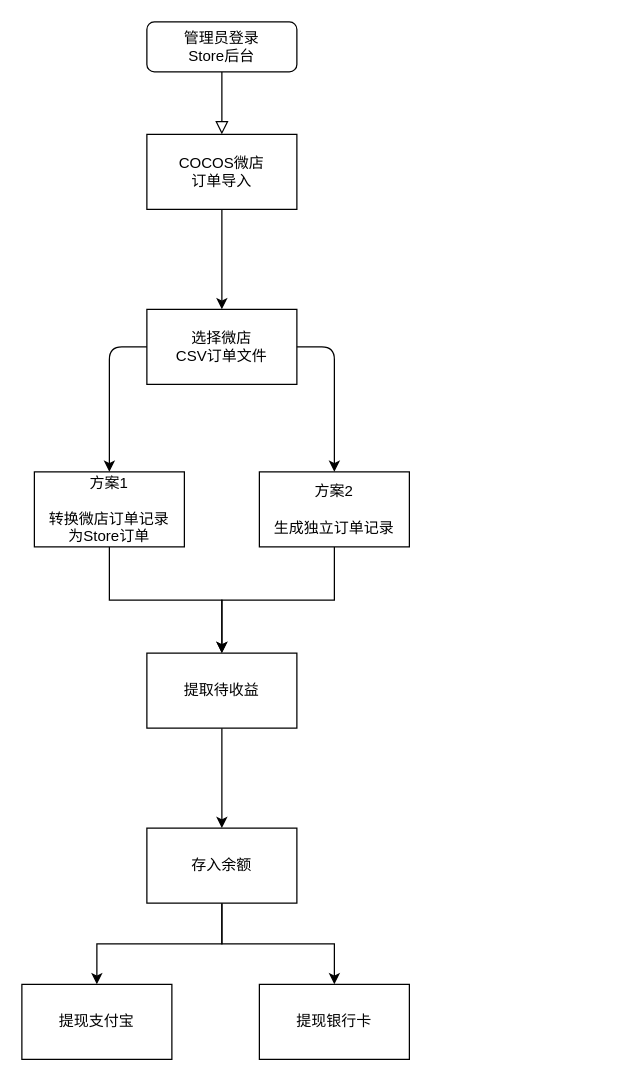
The draw.io diagram 微店订单结算流程.drawio in ShawnZhang2015/drawio, before the edit. Source tidied: cells renumbered, new cells numbered last; positions are measured from the earlier drawing's top-left corner, leaving out a move shared by most shapes. Both pictures are drawn from the tidied source at 125%, with x=0, y=0 at pixel (21, 21).
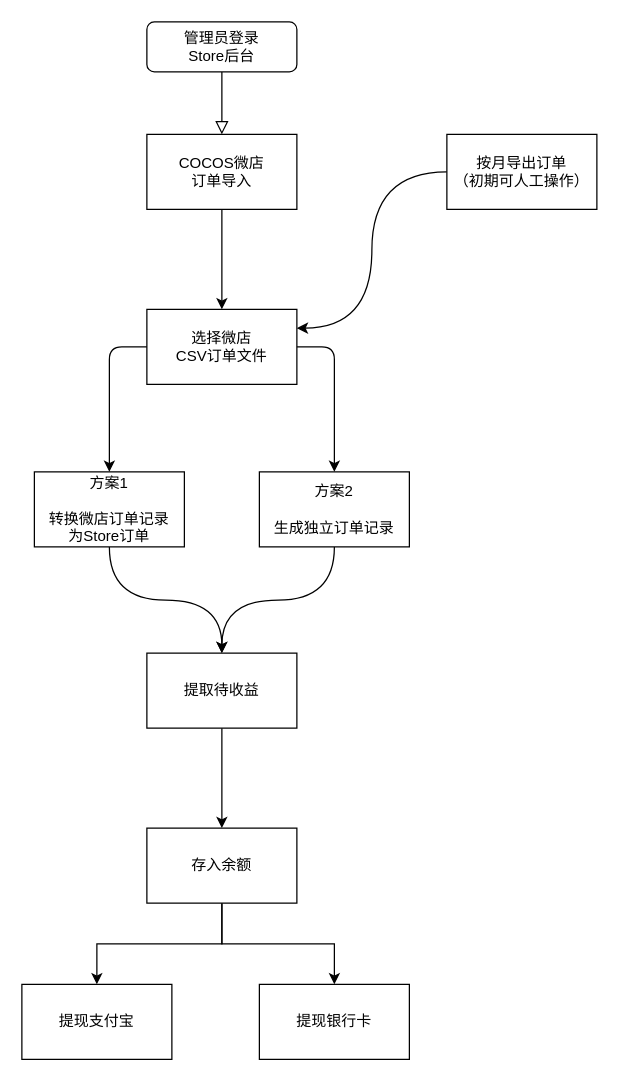
The same diagram, later.

Commit message:
更新微店订单结算流程.drawio

The change refers to these unchanged cells:
```xml
<mxCell id="6" value="选择微店&lt;br&gt;CSV订单文件" style="whiteSpace=wrap;html=1;rounded=0;" parent="1" vertex="1">
  <mxGeometry x="100" y="230" width="120" height="60" as="geometry" />
</mxCell>
<mxCell id="8" value="方案1&lt;br&gt;&lt;br&gt;转换微店订单记录&lt;br&gt;为Store订单" style="whiteSpace=wrap;html=1;rounded=0;" parent="1" vertex="1">
  <mxGeometry x="10" y="360" width="120" height="60" as="geometry" />
</mxCell>
<mxCell id="10" value="方案2&lt;br&gt;&lt;br&gt;生成独立订单记录" style="whiteSpace=wrap;html=1;rounded=0;" parent="1" vertex="1">
  <mxGeometry x="190" y="360" width="120" height="60" as="geometry" />
</mxCell>
<mxCell id="14" value="提取待收益" style="whiteSpace=wrap;html=1;rounded=0;" parent="1" vertex="1">
  <mxGeometry x="100" y="505" width="120" height="60" as="geometry" />
</mxCell>
```

What changed in the source:
```diff
@@
-    <mxCell id="7" style="edgeStyle=orthogonalEdgeStyle;rounded=0;jettySize=auto;html=1;" parent="1" edge="1" source="8" target="14">
+    <mxCell id="7" style="edgeStyle=orthogonalEdgeStyle;rounded=0;jettySize=auto;html=1;curved=1;" parent="1" edge="1" source="8" target="14">
       <mxGeometry relative="1" as="geometry" />
     </mxCell>
@@
-    <mxCell id="9" style="edgeStyle=orthogonalEdgeStyle;rounded=0;jettySize=auto;html=1;" parent="1" edge="1" source="10" target="14">
+    <mxCell id="9" style="edgeStyle=orthogonalEdgeStyle;rounded=0;jettySize=auto;html=1;curved=1;" parent="1" edge="1" source="10" target="14">
       <mxGeometry relative="1" as="geometry" />
     </mxCell>
@@
+    <mxCell id="20" style="edgeStyle=orthogonalEdgeStyle;rounded=0;jettySize=auto;html=1;entryX=1;entryY=0.25;entryDx=0;entryDy=0;curved=1;" parent="1" edge="1" source="21" target="6">
+      <mxGeometry relative="1" as="geometry" />
+    </mxCell>
+    <mxCell id="21" value="按月导出订单&lt;br&gt;（初期可人工操作）" style="rounded=0;whiteSpace=wrap;html=1;" parent="1" vertex="1">
+      <mxGeometry x="340" y="90" width="120" height="60" as="geometry" />
+    </mxCell>
```
